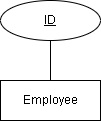
Earlier version of the draw.io export Phase 1/ERD.drawio.png (AhmedElkhashn/DB-project). Source tidied: cells renumbered, new cells last; positions are measured from the earlier drawing's top-left corner, leaving out a move shared by most shapes.
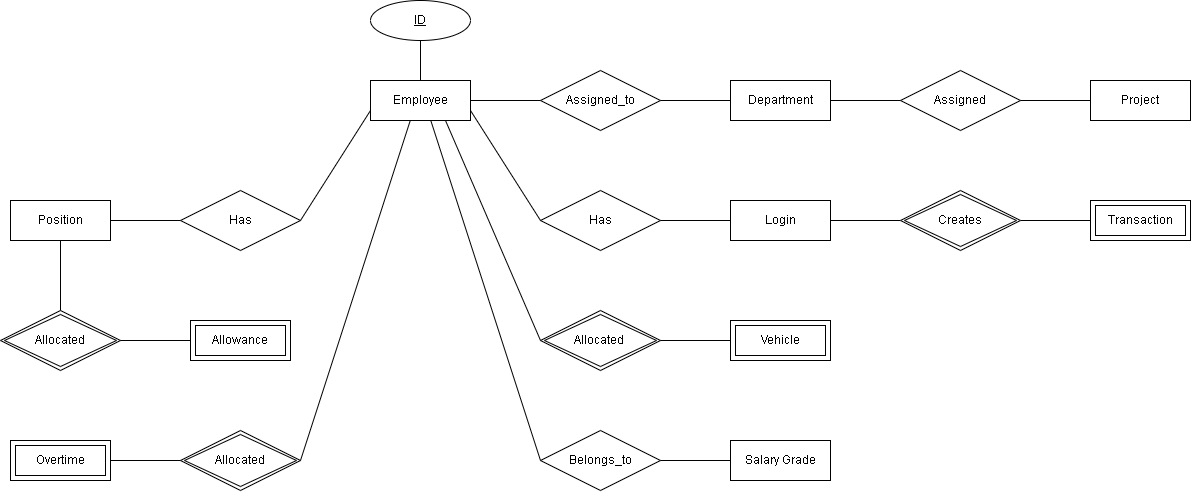
The same file after the commit.

The edit, as a diff of the source:
```diff
@@ -11,5 +11,124 @@
     <mxCell id="4" style="endArrow=none;html=1;rounded=0;exitX=0.5;exitY=1;exitDx=0;exitDy=0;entryX=0.5;entryY=0;entryDx=0;entryDy=0;" parent="1" edge="1" source="3" target="2">
       <mxGeometry relative="1" as="geometry" />
     </mxCell>
+    <mxCell id="5" value="Assigned_to" style="shape=rhombus;perimeter=rhombusPerimeter;whiteSpace=wrap;html=1;align=center;" parent="1" vertex="1">
+      <mxGeometry x="170" y="70" width="120" height="60" as="geometry" />
+    </mxCell>
+    <mxCell id="6" style="endArrow=none;html=1;rounded=0;exitX=1;exitY=0.5;exitDx=0;exitDy=0;entryX=0;entryY=0.5;entryDx=0;entryDy=0;" parent="1" edge="1" source="2" target="5">
+      <mxGeometry relative="1" as="geometry" />
+    </mxCell>
+    <mxCell id="7" style="endArrow=none;html=1;rounded=0;exitX=1;exitY=0.5;exitDx=0;exitDy=0;entryX=0;entryY=0.5;entryDx=0;entryDy=0;" parent="1" edge="1" source="5" target="8">
+      <mxGeometry relative="1" as="geometry" />
+    </mxCell>
+    <mxCell id="8" value="Department" style="whiteSpace=wrap;html=1;align=center;" parent="1" vertex="1">
+      <mxGeometry x="360" y="80" width="100" height="40" as="geometry" />
+    </mxCell>
+    <mxCell id="9" value="Assigned" style="shape=rhombus;perimeter=rhombusPerimeter;whiteSpace=wrap;html=1;align=center;" parent="1" vertex="1">
+      <mxGeometry x="530" y="70" width="120" height="60" as="geometry" />
+    </mxCell>
+    <mxCell id="10" style="endArrow=none;html=1;rounded=0;exitX=1;exitY=0.5;exitDx=0;exitDy=0;entryX=0;entryY=0.5;entryDx=0;entryDy=0;" parent="1" edge="1" target="9">
+      <mxGeometry relative="1" as="geometry">
+        <mxPoint x="460" y="100" as="sourcePoint" />
+      </mxGeometry>
+    </mxCell>
+    <mxCell id="11" style="endArrow=none;html=1;rounded=0;exitX=1;exitY=0.5;exitDx=0;exitDy=0;entryX=0;entryY=0.5;entryDx=0;entryDy=0;" parent="1" edge="1" source="9" target="12">
+      <mxGeometry relative="1" as="geometry" />
+    </mxCell>
+    <mxCell id="12" value="Project" style="whiteSpace=wrap;html=1;align=center;" parent="1" vertex="1">
+      <mxGeometry x="720" y="80" width="100" height="40" as="geometry" />
+    </mxCell>
+    <mxCell id="13" value="Has" style="shape=rhombus;perimeter=rhombusPerimeter;whiteSpace=wrap;html=1;align=center;" parent="1" vertex="1">
+      <mxGeometry x="170" y="190" width="120" height="60" as="geometry" />
+    </mxCell>
+    <mxCell id="14" style="endArrow=none;html=1;rounded=0;exitX=1;exitY=0.5;exitDx=0;exitDy=0;entryX=0;entryY=0.5;entryDx=0;entryDy=0;" parent="1" edge="1" source="13" target="15">
+      <mxGeometry relative="1" as="geometry" />
+    </mxCell>
+    <mxCell id="15" value="Login" style="whiteSpace=wrap;html=1;align=center;" parent="1" vertex="1">
+      <mxGeometry x="360" y="200" width="100" height="40" as="geometry" />
+    </mxCell>
+    <mxCell id="16" style="endArrow=none;html=1;rounded=0;exitX=1;exitY=0.5;exitDx=0;exitDy=0;entryX=0;entryY=0.5;entryDx=0;entryDy=0;" parent="1" edge="1">
+      <mxGeometry relative="1" as="geometry">
+        <mxPoint x="460" y="220" as="sourcePoint" />
+        <mxPoint x="530" y="220" as="targetPoint" />
+      </mxGeometry>
+    </mxCell>
+    <mxCell id="17" style="endArrow=none;html=1;rounded=0;exitX=1;exitY=0.5;exitDx=0;exitDy=0;entryX=0;entryY=0.5;entryDx=0;entryDy=0;" parent="1" edge="1">
+      <mxGeometry relative="1" as="geometry">
+        <mxPoint x="650" y="220" as="sourcePoint" />
+        <mxPoint x="720" y="220" as="targetPoint" />
+      </mxGeometry>
+    </mxCell>
+    <mxCell id="18" value="Creates" style="shape=rhombus;double=1;perimeter=rhombusPerimeter;whiteSpace=wrap;html=1;align=center;" parent="1" vertex="1">
+      <mxGeometry x="530" y="190" width="120" height="60" as="geometry" />
+    </mxCell>
+    <mxCell id="19" value="Transaction" style="shape=ext;margin=3;double=1;whiteSpace=wrap;html=1;align=center;" parent="1" vertex="1">
+      <mxGeometry x="720" y="200" width="100" height="40" as="geometry" />
+    </mxCell>
+    <mxCell id="20" style="endArrow=none;html=1;rounded=0;exitX=1;exitY=0.5;exitDx=0;exitDy=0;entryX=0;entryY=0.5;entryDx=0;entryDy=0;" parent="1" edge="1">
+      <mxGeometry relative="1" as="geometry">
+        <mxPoint x="290" y="340" as="sourcePoint" />
+        <mxPoint x="360" y="340" as="targetPoint" />
+      </mxGeometry>
+    </mxCell>
+    <mxCell id="21" value="Allocated&amp;nbsp;" style="shape=rhombus;double=1;perimeter=rhombusPerimeter;whiteSpace=wrap;html=1;align=center;" parent="1" vertex="1">
+      <mxGeometry x="170" y="310" width="120" height="60" as="geometry" />
+    </mxCell>
+    <mxCell id="22" value="Vehicle" style="shape=ext;margin=3;double=1;whiteSpace=wrap;html=1;align=center;" parent="1" vertex="1">
+      <mxGeometry x="360" y="320" width="100" height="40" as="geometry" />
+    </mxCell>
+    <mxCell id="23" value="Belongs_to" style="shape=rhombus;perimeter=rhombusPerimeter;whiteSpace=wrap;html=1;align=center;" parent="1" vertex="1">
+      <mxGeometry x="170" y="430" width="120" height="60" as="geometry" />
+    </mxCell>
+    <mxCell id="24" style="endArrow=none;html=1;rounded=0;exitX=1;exitY=0.5;exitDx=0;exitDy=0;entryX=0;entryY=0.5;entryDx=0;entryDy=0;" parent="1" edge="1" source="23" target="25">
+      <mxGeometry relative="1" as="geometry" />
+    </mxCell>
+    <mxCell id="25" value="Salary Grade" style="whiteSpace=wrap;html=1;align=center;" parent="1" vertex="1">
+      <mxGeometry x="360" y="440" width="100" height="40" as="geometry" />
+    </mxCell>
+    <mxCell id="26" style="endArrow=none;html=1;rounded=0;exitX=1;exitY=0.75;exitDx=0;exitDy=0;entryX=0;entryY=0.5;entryDx=0;entryDy=0;" parent="1" edge="1" source="2" target="13">
+      <mxGeometry relative="1" as="geometry" />
+    </mxCell>
+    <mxCell id="27" style="endArrow=none;html=1;rounded=0;exitX=0.75;exitY=1;exitDx=0;exitDy=0;entryX=0;entryY=0.5;entryDx=0;entryDy=0;" parent="1" edge="1" source="2" target="21">
+      <mxGeometry relative="1" as="geometry" />
+    </mxCell>
+    <mxCell id="28" style="endArrow=none;html=1;rounded=0;exitX=0.603;exitY=1.001;exitDx=0;exitDy=0;exitPerimeter=0;entryX=0;entryY=0.5;entryDx=0;entryDy=0;" parent="1" edge="1" source="2" target="23">
+      <mxGeometry relative="1" as="geometry" />
+    </mxCell>
+    <mxCell id="29" value="Allocated" style="shape=rhombus;double=1;perimeter=rhombusPerimeter;whiteSpace=wrap;html=1;align=center;" parent="1" vertex="1">
+      <mxGeometry x="-190" y="430" width="120" height="60" as="geometry" />
+    </mxCell>
+    <mxCell id="30" style="endArrow=none;html=1;rounded=0;entryX=1;entryY=0.5;entryDx=0;entryDy=0;exitX=0.398;exitY=0.998;exitDx=0;exitDy=0;exitPerimeter=0;" parent="1" edge="1" source="2" target="29">
+      <mxGeometry relative="1" as="geometry" />
+    </mxCell>
+    <mxCell id="31" value="Overtime" style="shape=ext;margin=3;double=1;whiteSpace=wrap;html=1;align=center;" parent="1" vertex="1">
+      <mxGeometry x="-360" y="440" width="100" height="40" as="geometry" />
+    </mxCell>
+    <mxCell id="32" style="endArrow=none;html=1;rounded=0;exitX=1;exitY=0.5;exitDx=0;exitDy=0;entryX=0;entryY=0.5;entryDx=0;entryDy=0;" parent="1" edge="1" source="31" target="29">
+      <mxGeometry relative="1" as="geometry" />
+    </mxCell>
+    <mxCell id="33" value="Has" style="shape=rhombus;perimeter=rhombusPerimeter;whiteSpace=wrap;html=1;align=center;" parent="1" vertex="1">
+      <mxGeometry x="-190" y="190" width="120" height="60" as="geometry" />
+    </mxCell>
+    <mxCell id="34" value="Allowance" style="shape=ext;margin=3;double=1;whiteSpace=wrap;html=1;align=center;" parent="1" vertex="1">
+      <mxGeometry x="-180" y="320" width="100" height="40" as="geometry" />
+    </mxCell>
+    <mxCell id="35" value="Position" style="whiteSpace=wrap;html=1;align=center;" parent="1" vertex="1">
+      <mxGeometry x="-360" y="200" width="100" height="40" as="geometry" />
+    </mxCell>
+    <mxCell id="36" value="Allocated" style="shape=rhombus;double=1;perimeter=rhombusPerimeter;whiteSpace=wrap;html=1;align=center;" parent="1" vertex="1">
+      <mxGeometry x="-370" y="310" width="120" height="60" as="geometry" />
+    </mxCell>
+    <mxCell id="37" style="endArrow=none;html=1;rounded=0;exitX=1;exitY=0.5;exitDx=0;exitDy=0;entryX=0;entryY=0.75;entryDx=0;entryDy=0;" parent="1" edge="1" source="33" target="2">
+      <mxGeometry relative="1" as="geometry" />
+    </mxCell>
+    <mxCell id="38" style="endArrow=none;html=1;rounded=0;exitX=1;exitY=0.5;exitDx=0;exitDy=0;entryX=0;entryY=0.5;entryDx=0;entryDy=0;" parent="1" edge="1" source="35" target="33">
+      <mxGeometry relative="1" as="geometry" />
+    </mxCell>
+    <mxCell id="39" style="endArrow=none;html=1;rounded=0;exitX=0.5;exitY=1;exitDx=0;exitDy=0;entryX=0.5;entryY=0;entryDx=0;entryDy=0;" parent="1" edge="1" source="35" target="36">
+      <mxGeometry relative="1" as="geometry" />
+    </mxCell>
+    <mxCell id="40" style="endArrow=none;html=1;rounded=0;exitX=1;exitY=0.5;exitDx=0;exitDy=0;entryX=0;entryY=0.5;entryDx=0;entryDy=0;" parent="1" edge="1" source="36" target="34">
+      <mxGeometry relative="1" as="geometry" />
+    </mxCell>
   </root>
 </mxGraphModel>
```
